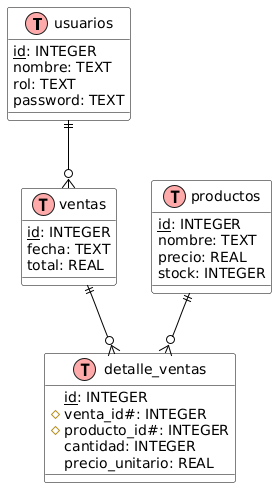
Earlier version of the PlantUML export Img/DDL.png (Alejadro2005/GestorInventario).
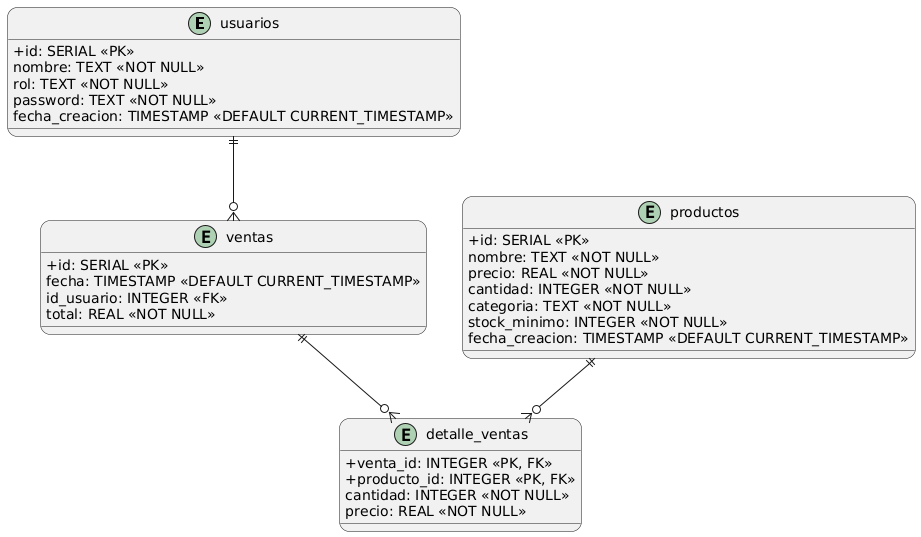
The same file after the commit.

Commit message:
Actualización del diagrama DDL

Diff of the diagram source:
```diff
@@ -1,43 +1,40 @@
 @startuml
-!define table(x) class x << (T,#FFAAAA) >>
-!define primary_key(x) <u>x</u>
-!define foreign_key(x) #x#
+skinparam roundcorner 20
+skinparam classAttributeIconSize 0
 
-skinparam class {
-    BackgroundColor white
-    ArrowColor black
-    BorderColor black
+entity "usuarios" as usuarios {
+    + id: SERIAL <<PK>>
+    nombre: TEXT <<NOT NULL>>
+    rol: TEXT <<NOT NULL>>
+    password: TEXT <<NOT NULL>>
+    fecha_creacion: TIMESTAMP <<DEFAULT CURRENT_TIMESTAMP>>
 }
 
-table(usuarios) {
-    primary_key(id): INTEGER
-    nombre: TEXT
-    rol: TEXT
-    password: TEXT
+entity "productos" as productos {
+    + id: SERIAL <<PK>>
+    nombre: TEXT <<NOT NULL>>
+    precio: REAL <<NOT NULL>>
+    cantidad: INTEGER <<NOT NULL>>
+    categoria: TEXT <<NOT NULL>>
+    stock_minimo: INTEGER <<NOT NULL>>
+    fecha_creacion: TIMESTAMP <<DEFAULT CURRENT_TIMESTAMP>>
 }
 
-table(productos) {
-    primary_key(id): INTEGER
-    nombre: TEXT
-    precio: REAL
-    stock: INTEGER
+entity "ventas" as ventas {
+    + id: SERIAL <<PK>>
+    fecha: TIMESTAMP <<DEFAULT CURRENT_TIMESTAMP>>
+    id_usuario: INTEGER <<FK>>
+    total: REAL <<NOT NULL>>
 }
 
-table(ventas) {
-    primary_key(id): INTEGER
-    fecha: TEXT
-    total: REAL
-}
-
-table(detalle_ventas) {
-    primary_key(id): INTEGER
-    foreign_key(venta_id): INTEGER
-    foreign_key(producto_id): INTEGER
-    cantidad: INTEGER
-    precio_unitario: REAL
+entity "detalle_ventas" as detalle_ventas {
+    + venta_id: INTEGER <<PK, FK>>
+    + producto_id: INTEGER <<PK, FK>>
+    cantidad: INTEGER <<NOT NULL>>
+    precio: REAL <<NOT NULL>>
 }
 
 usuarios ||--o{ ventas
+ventas ||--o{ detalle_ventas
 productos ||--o{ detalle_ventas
-ventas ||--o{ detalle_ventas
 @enduml
```
